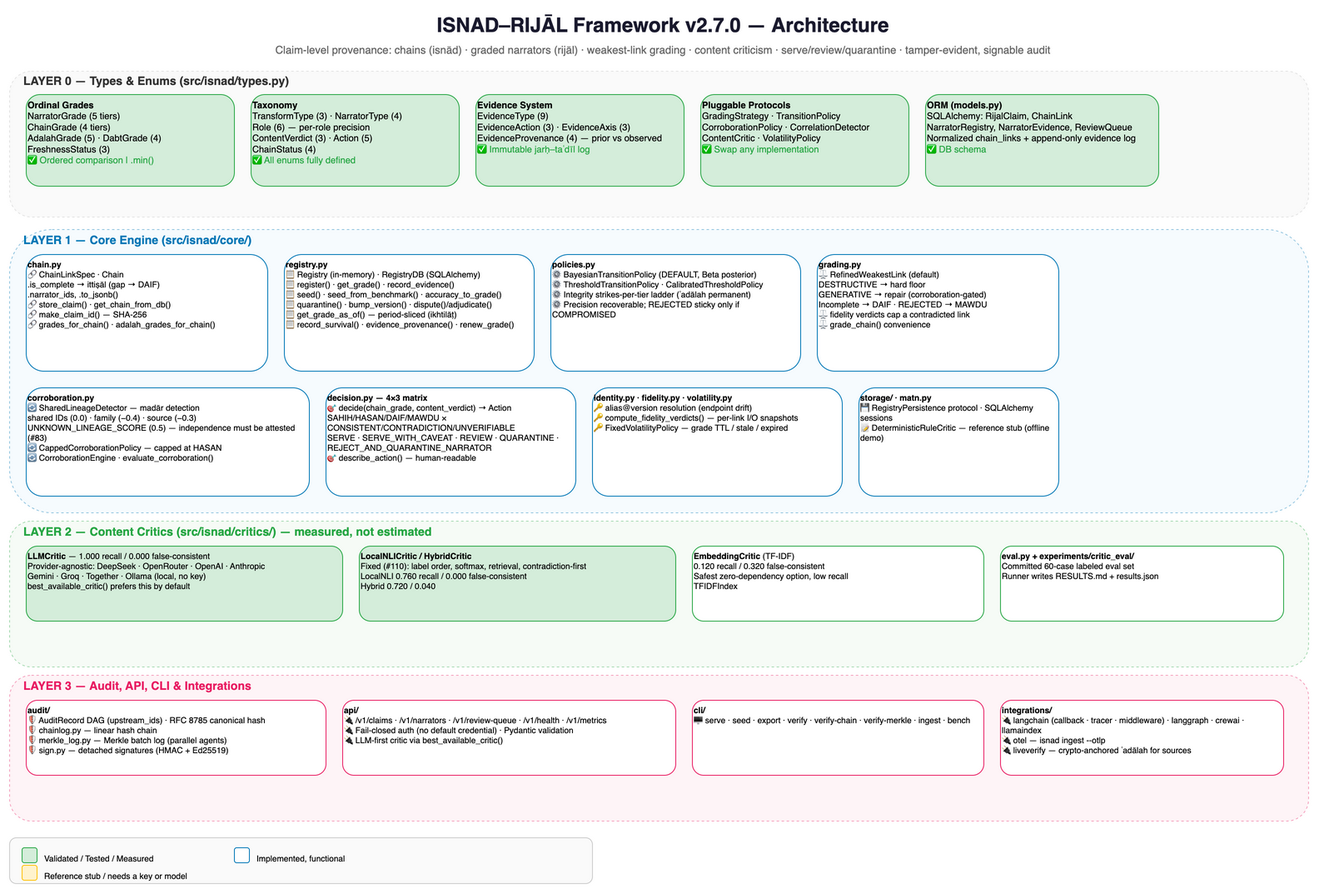
Earlier version of the draw.io export docs/images/architecture.png (alizahidraja/isnad). Source tidied: cells renumbered, new cells last; positions are measured from the earlier drawing's top-left corner, leaving out a move shared by most shapes.
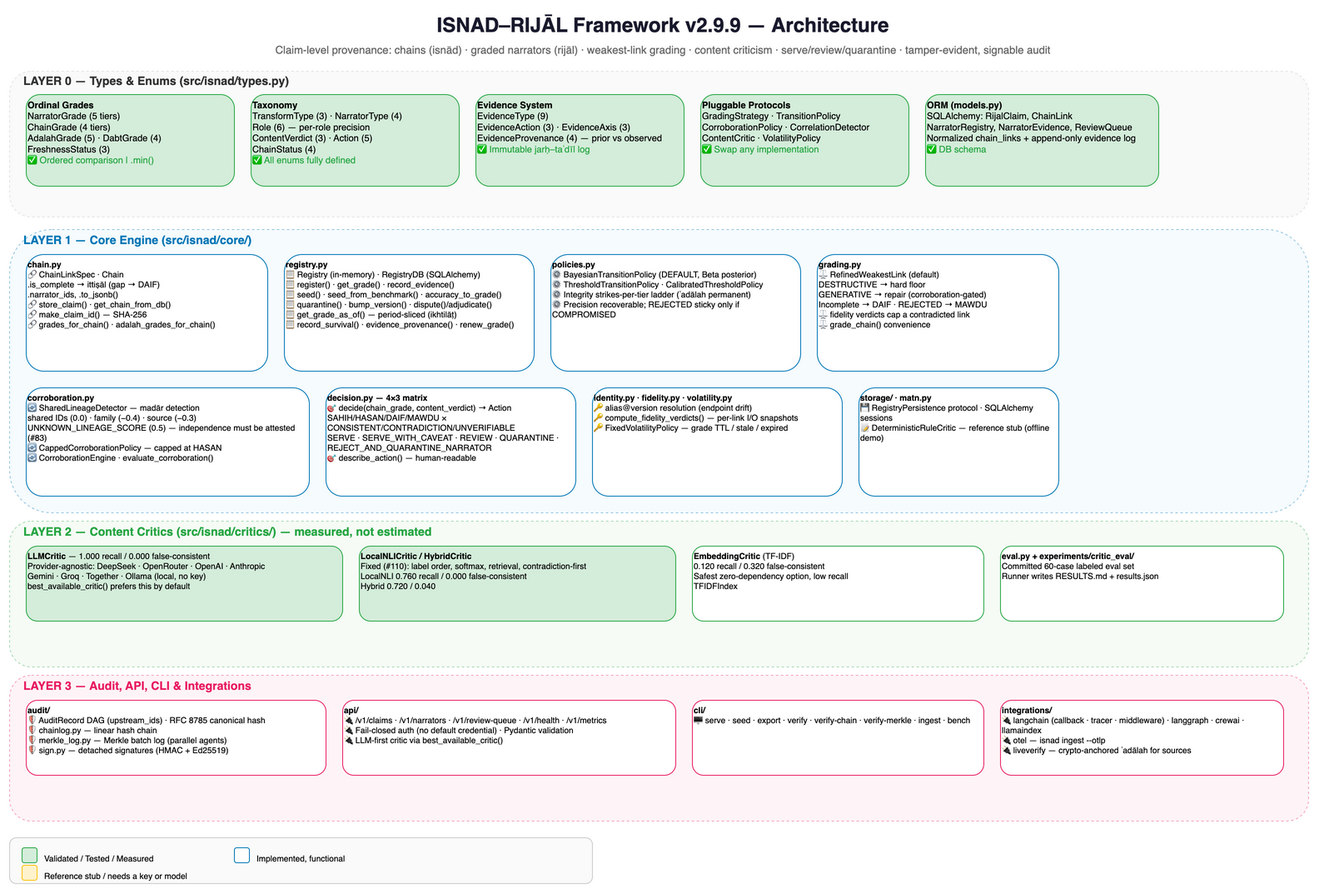
After the commit.

Commit message:
docs: sync ARCHITECTURE.drawio to 2.9.9 (773 tests), gitignore data/export/

Change to the diagram source:
```diff
@@ -2,7 +2,7 @@
   <root>
     <mxCell id="0" />
     <mxCell id="1" parent="0" />
-    <mxCell id="2" value="ISNAD–RIJĀL Framework v2.7.0 — Architecture" style="text;html=1;strokeColor=none;fillColor=none;align=center;verticalAlign=middle;whiteSpace=wrap;rounded=0;fontSize=24;fontStyle=1;fontColor=#1a1a2e;" parent="1" vertex="1">
+    <mxCell id="2" value="ISNAD–RIJĀL Framework v2.9.9 — Architecture" style="text;html=1;strokeColor=none;fillColor=none;align=center;verticalAlign=middle;whiteSpace=wrap;rounded=0;fontSize=24;fontStyle=1;fontColor=#1a1a2e;" parent="1" vertex="1">
       <mxGeometry x="310" width="950" height="40" as="geometry" />
     </mxCell>
     <mxCell id="3" value="Claim-level provenance: chains (isnād) · graded narrators (rijāl) · weakest-link grading · content criticism · serve/review/quarantine · tamper-evident, signable audit" style="text;html=1;strokeColor=none;fillColor=none;align=center;verticalAlign=middle;whiteSpace=wrap;rounded=0;fontSize=13;fontColor=#666666;" parent="1" vertex="1">
```
